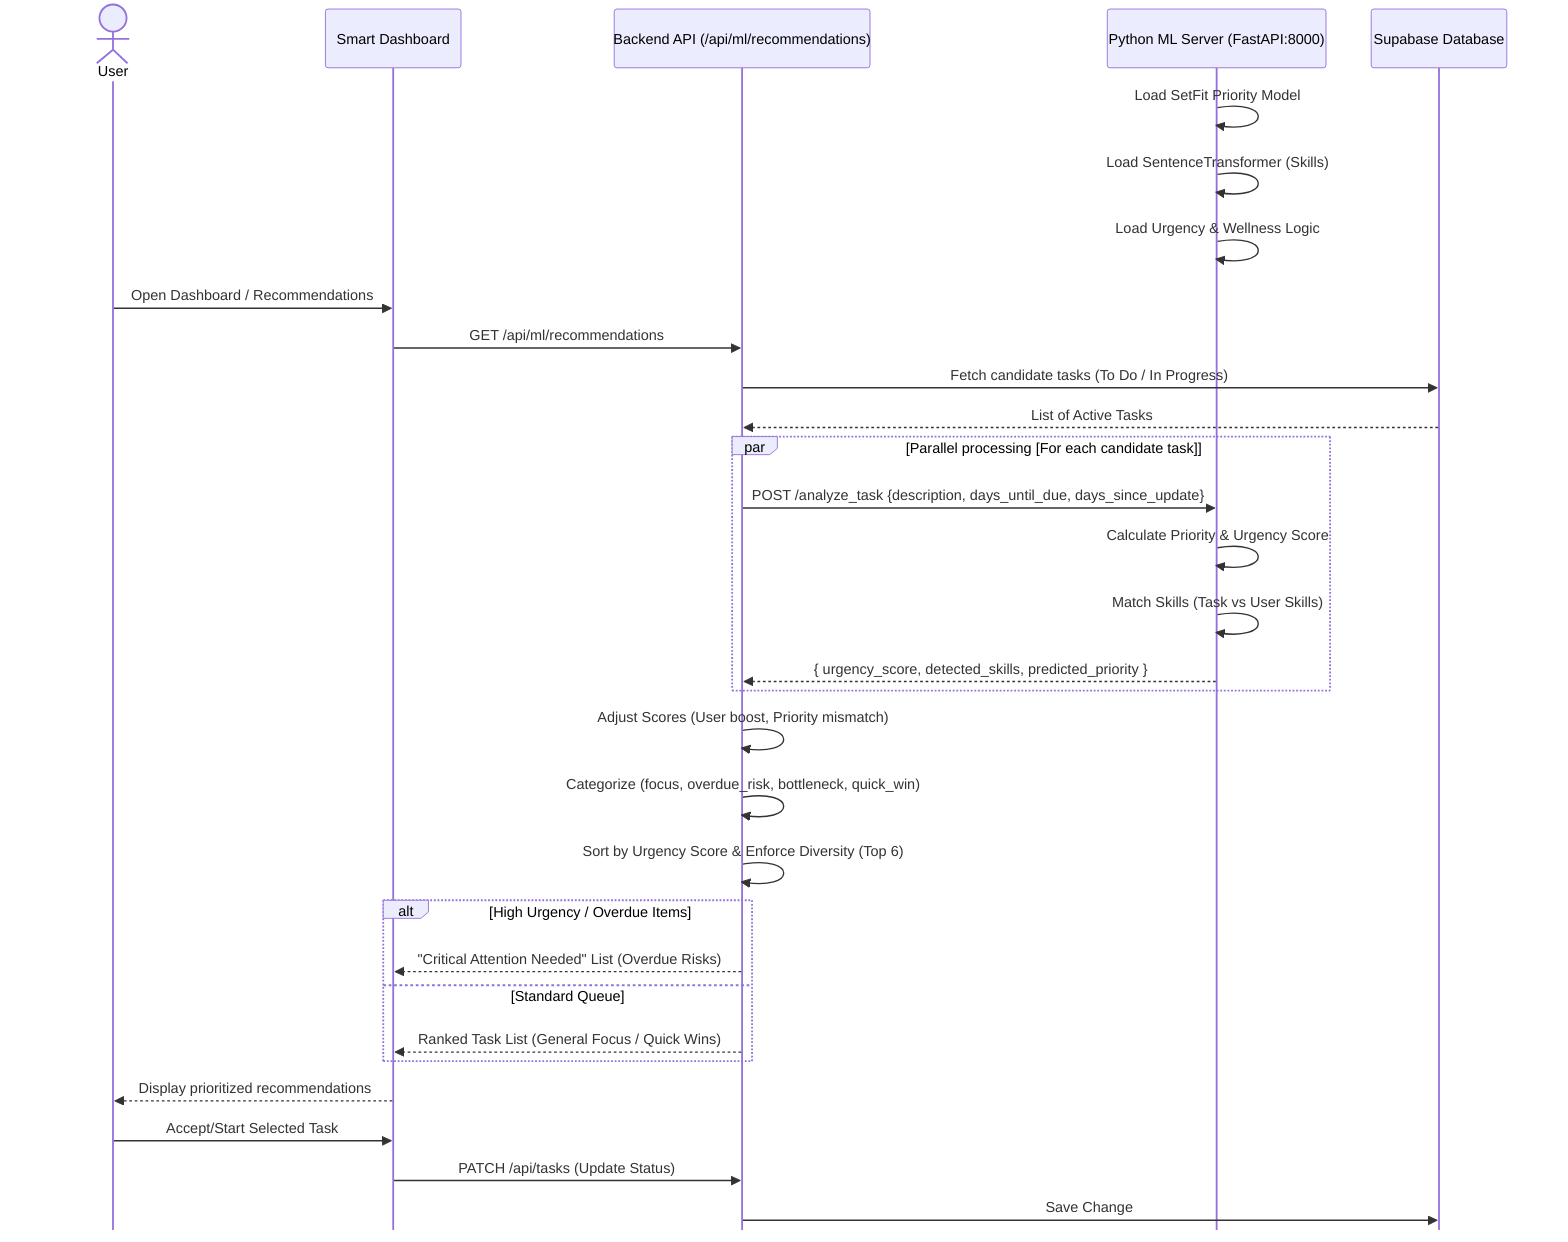
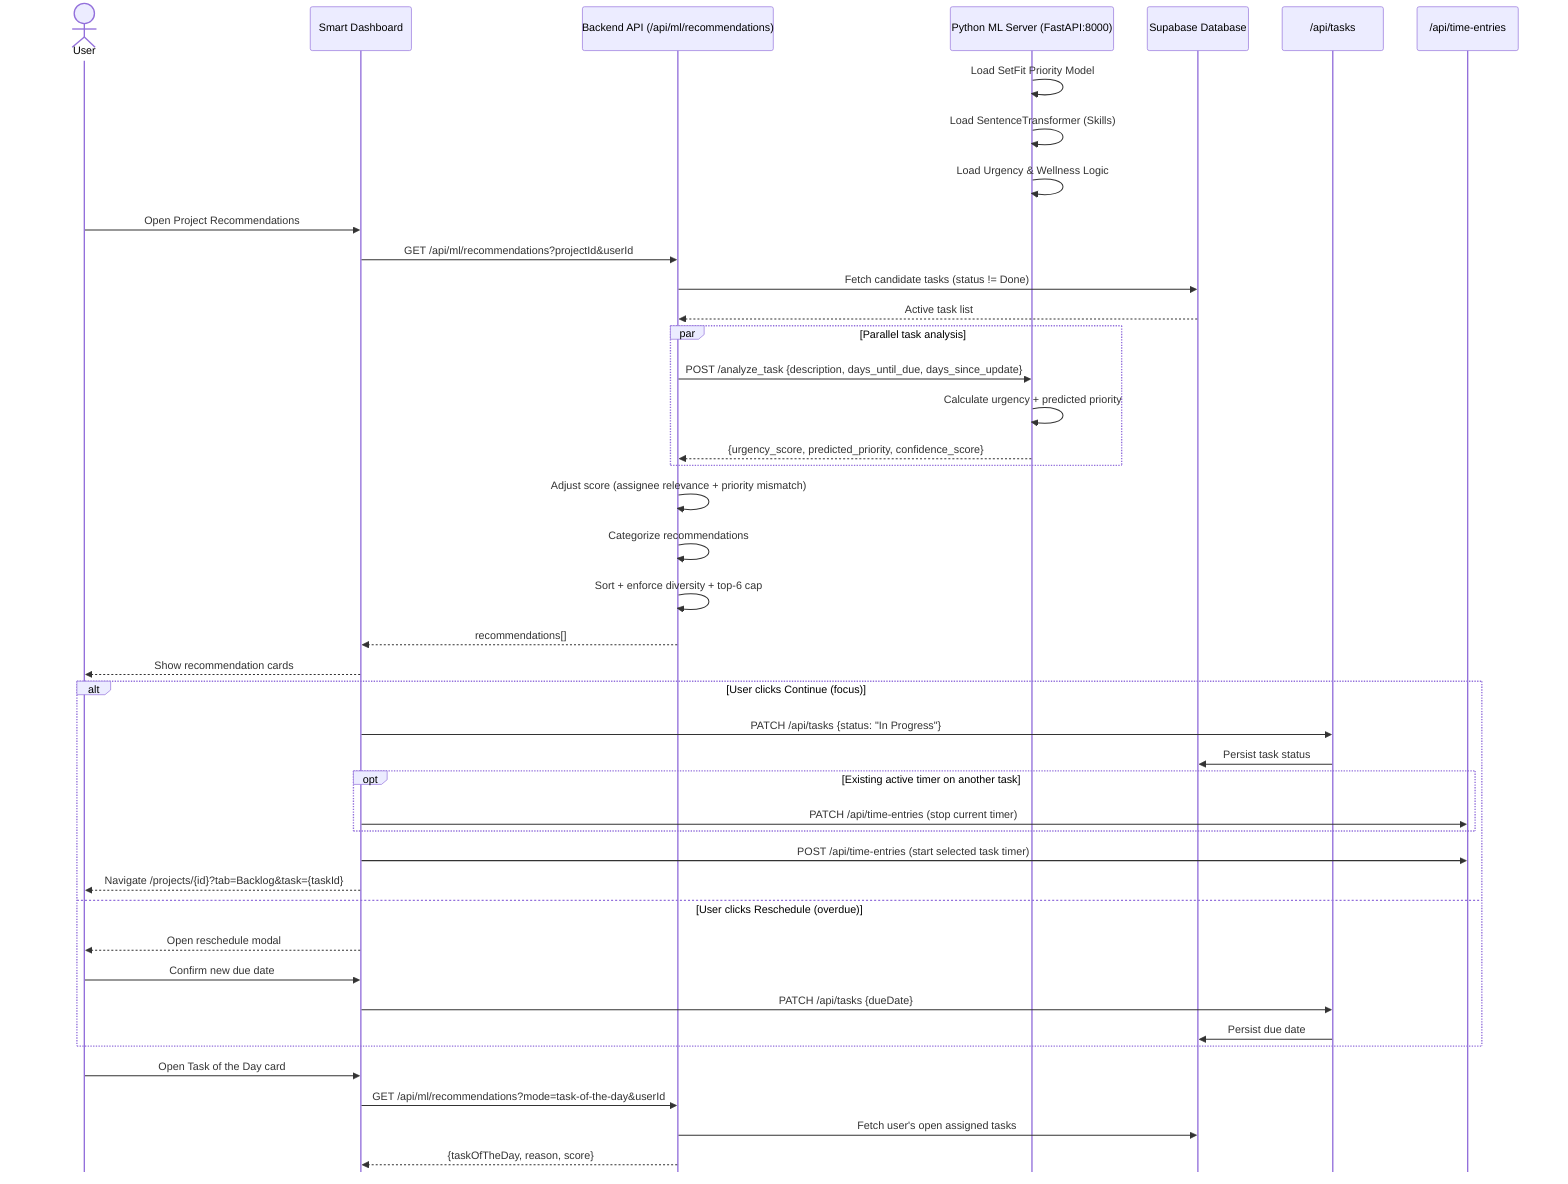
%%{init: {"sequence": {"mirrorActors": false}}}%%
sequenceDiagram
    actor User
    participant Dashboard as Smart Dashboard
    participant API as Backend API (/api/ml/recommendations)
    participant ML as Python ML Server (FastAPI:8000)
    participant DB as Supabase Database
+     participant TasksAPI as /api/tasks
+     participant TimeAPI as /api/time-entries

    ML->>ML: Load SetFit Priority Model
    ML->>ML: Load SentenceTransformer (Skills)
    ML->>ML: Load Urgency & Wellness Logic

-     User->>Dashboard: Open Dashboard / Recommendations
-     Dashboard->>API: GET /api/ml/recommendations
+     User->>Dashboard: Open Project Recommendations
+     Dashboard->>API: GET /api/ml/recommendations?projectId&userId

-     API->>DB: Fetch candidate tasks (To Do / In Progress)
-     DB-->>API: List of Active Tasks
+     API->>DB: Fetch candidate tasks (status != Done)
+     DB-->>API: Active task list

-     par Parallel processing [For each candidate task]
+     par Parallel task analysis
        API->>ML: POST /analyze_task {description, days_until_due, days_since_update}
-         ML->>ML: Calculate Priority & Urgency Score
-         ML->>ML: Match Skills (Task vs User Skills)
-         ML-->>API: { urgency_score, detected_skills, predicted_priority }
+         ML->>ML: Calculate urgency + predicted priority
+         ML-->>API: {urgency_score, predicted_priority, confidence_score}
    end

-     API->>API: Adjust Scores (User boost, Priority mismatch)
-     API->>API: Categorize (focus, overdue_risk, bottleneck, quick_win)
-     API->>API: Sort by Urgency Score & Enforce Diversity (Top 6)
+     API->>API: Adjust score (assignee relevance + priority mismatch)
+     API->>API: Categorize recommendations
+     API->>API: Sort + enforce diversity + top-6 cap
+     API-->>Dashboard: recommendations[]

-     alt High Urgency / Overdue Items
-         API-->>Dashboard: "Critical Attention Needed" List (Overdue Risks)
-     else Standard Queue
-         API-->>Dashboard: Ranked Task List (General Focus / Quick Wins)
+     Dashboard-->>User: Show recommendation cards
+ 
+     alt User clicks Continue (focus)
+         Dashboard->>TasksAPI: PATCH /api/tasks {status: "In Progress"}
+         TasksAPI->>DB: Persist task status
+         opt Existing active timer on another task
+             Dashboard->>TimeAPI: PATCH /api/time-entries (stop current timer)
+         end
+         Dashboard->>TimeAPI: POST /api/time-entries (start selected task timer)
+         Dashboard-->>User: Navigate /projects/{id}?tab=Backlog&task={taskId}
+     else User clicks Reschedule (overdue)
+         Dashboard-->>User: Open reschedule modal
+         User->>Dashboard: Confirm new due date
+         Dashboard->>TasksAPI: PATCH /api/tasks {dueDate}
+         TasksAPI->>DB: Persist due date
    end

-     Dashboard-->>User: Display prioritized recommendations
- 
-     User->>Dashboard: Accept/Start Selected Task
-     Dashboard->>API: PATCH /api/tasks (Update Status)
-     API->>DB: Save Change
+     User->>Dashboard: Open Task of the Day card
+     Dashboard->>API: GET /api/ml/recommendations?mode=task-of-the-day&userId
+     API->>DB: Fetch user's open assigned tasks
+     API-->>Dashboard: {taskOfTheDay, reason, score}
